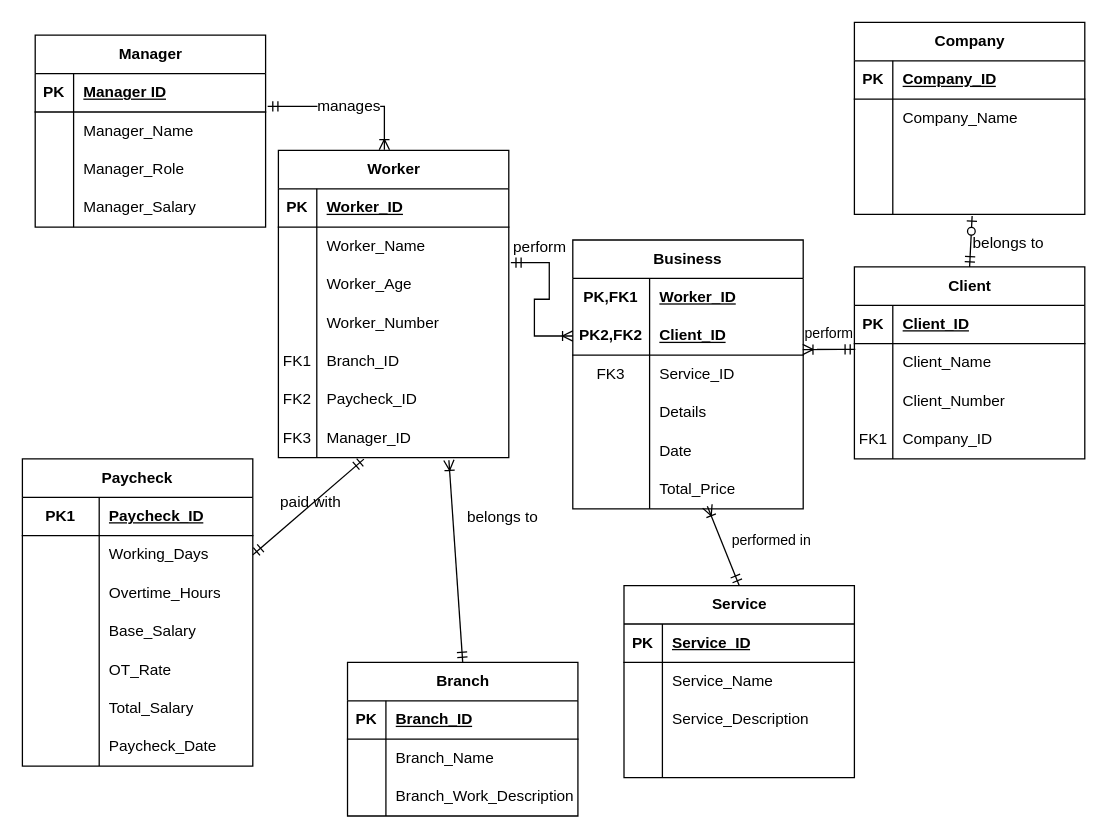
Before: wia2001assg.drawio in justn0thinghere/drawio, a draw.io diagram. Source tidied: cells renumbered, new cells numbered last; positions are measured from the earlier drawing's top-left corner, leaving out a move shared by most shapes. Both pictures are drawn from the tidied source at 128%, with x=0, y=0 at pixel (22, 22).
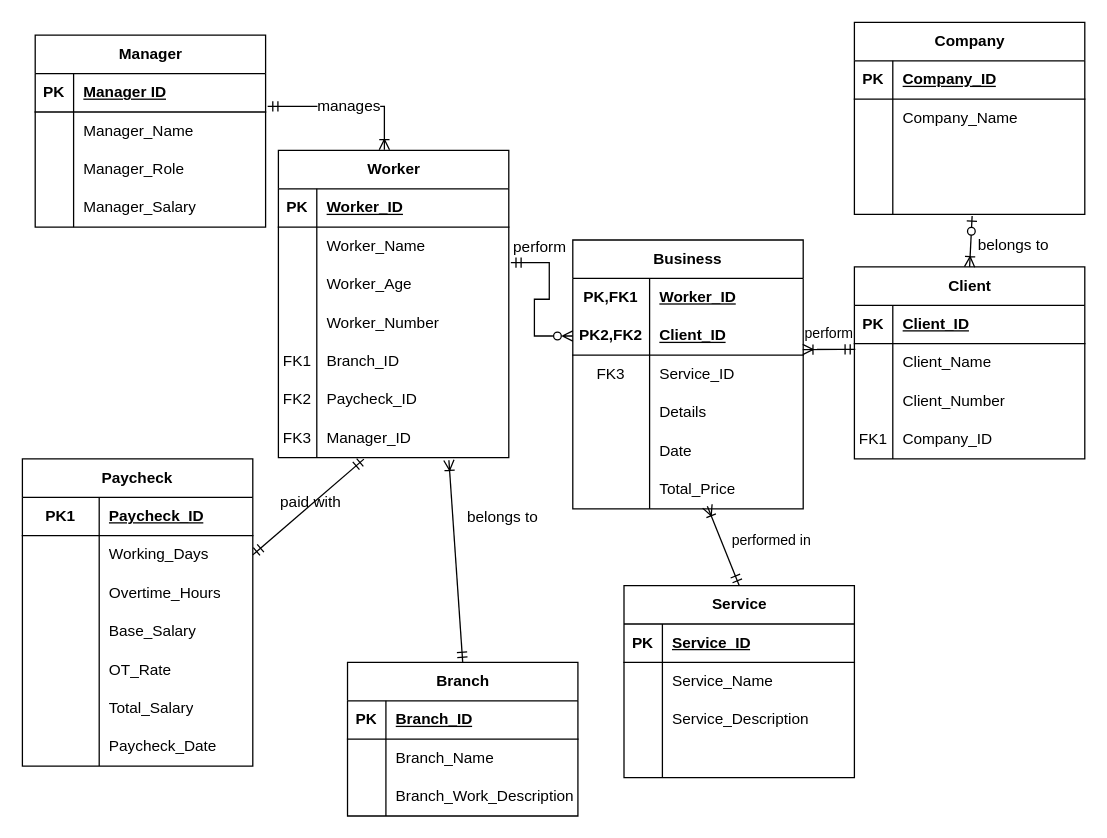
After the change.

Unchanged cells that the change refers to:
```xml
<mxCell id="6" style="shape=tableRow;horizontal=0;startSize=0;swimlaneHead=0;swimlaneBody=0;fillColor=none;points=[[0,0.5],[1,0.5]];portConstraint=eastwest;top=0;left=0;right=0;bottom=1;html=1;" parent="2" vertex="1">
  <mxGeometry y="60" width="180" height="30" as="geometry" />
</mxCell>
<mxCell id="41" style="shape=tableRow;horizontal=0;startSize=0;swimlaneHead=0;swimlaneBody=0;fillColor=none;points=[[0,0.5],[1,0.5]];portConstraint=eastwest;top=0;left=0;right=0;bottom=0;" parent="34" vertex="1">
  <mxGeometry y="90" width="180" height="30" as="geometry" />
</mxCell>
<mxCell id="101" value="Client" style="shape=table;startSize=30;childLayout=tableLayout;rowLines=0;fontStyle=1;align=center;html=1;" parent="1" vertex="1">
  <mxGeometry x="650" y="191" width="180" height="150" as="geometry" />
</mxCell>
<mxCell id="124" style="shape=tableRow;horizontal=0;startSize=0;swimlaneHead=0;swimlaneBody=0;fillColor=none;points=[[0,0.5],[1,0.5]];portConstraint=eastwest;top=0;left=0;right=0;bottom=0;" parent="114" vertex="1">
  <mxGeometry y="120" width="180" height="30" as="geometry" />
</mxCell>
```

Diff of the diagram source:
```diff
@@
-    <mxCell id="127" style="fontSize=12;html=1;endArrow=ERzeroToOne;startArrow=ERmandOne;rounded=0;entryX=0.511;entryY=1.04;entryDx=0;entryDy=0;entryPerimeter=0;exitX=0.5;exitY=0;exitDx=0;exitDy=0;" parent="1" edge="1" source="101" target="124">
+    <mxCell id="127" style="fontSize=12;html=1;endArrow=ERzeroToOne;startArrow=ERoneToMany;rounded=0;entryX=0.511;entryY=1.04;entryDx=0;entryDy=0;entryPerimeter=0;exitX=0.5;exitY=0;exitDx=0;exitDy=0;startFill=0;" parent="1" edge="1" source="101" target="124">
       <mxGeometry relative="1" as="geometry" />
     </mxCell>
-    <mxCell id="128" style="edgeStyle=entityRelationEdgeStyle;fontSize=12;html=1;endArrow=ERoneToMany;startArrow=ERmandOne;rounded=0;entryX=0;entryY=0.5;entryDx=0;entryDy=0;exitX=1.009;exitY=-0.08;exitDx=0;exitDy=0;exitPerimeter=0;" parent="1" edge="1" source="41" target="6">
+    <mxCell id="128" style="edgeStyle=entityRelationEdgeStyle;fontSize=12;html=1;endArrow=ERzeroToMany;startArrow=ERmandOne;rounded=0;entryX=0;entryY=0.5;entryDx=0;entryDy=0;exitX=1.009;exitY=-0.08;exitDx=0;exitDy=0;exitPerimeter=0;endFill=0;" parent="1" edge="1" source="41" target="6">
       <mxGeometry relative="1" as="geometry" />
     </mxCell>
@@
     <mxCell id="138" value="belongs to" style="text;html=1;align=center;verticalAlign=middle;strokeColor=none;fillColor=none;" parent="1" vertex="1">
-      <mxGeometry x="730" y="158" width="80" height="30" as="geometry" />
+      <mxGeometry x="734" y="159" width="80" height="30" as="geometry" />
     </mxCell>
```
